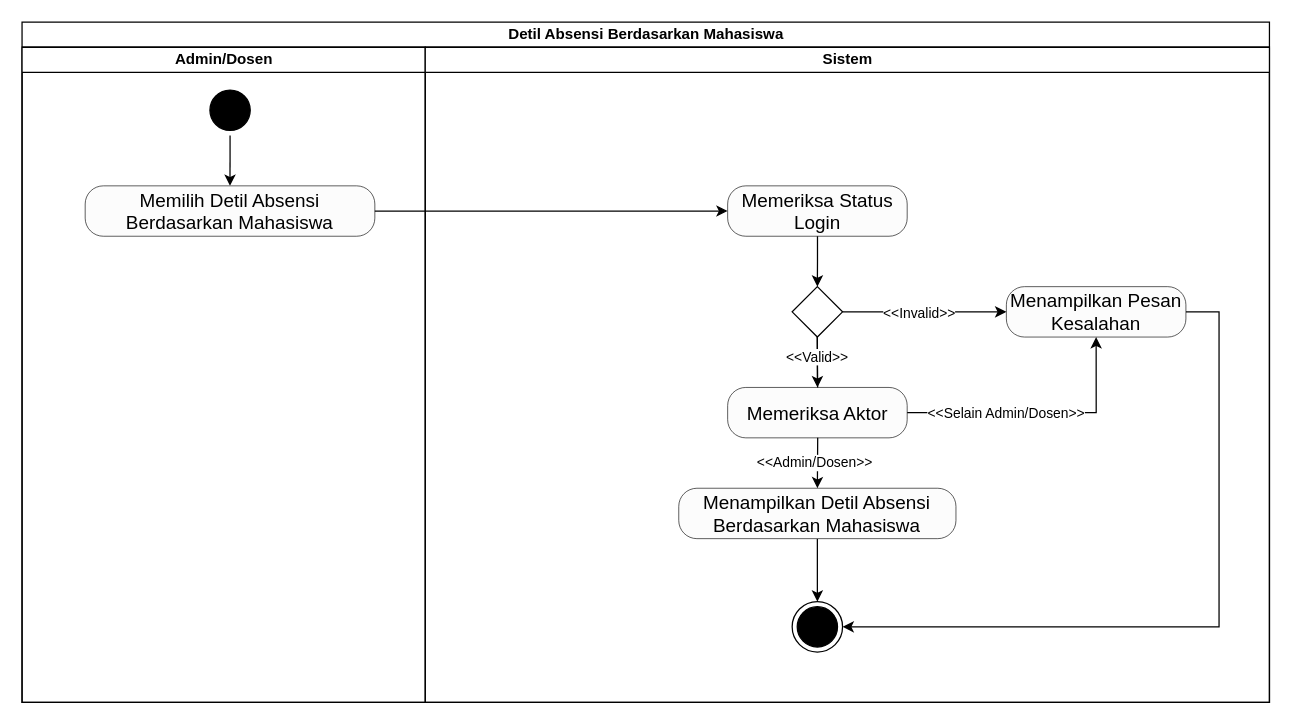
ziancarlos/sistem-absensi-uph keeps this draw.io diagram as page "Menampilkan Detil Mahasiswa Berdasarkan Mahasiswa" (3 of 6) of activity-diagram/mengelola-mahasiswa.drawio. Above is the earlier version. Source tidied: cells renumbered, new cells numbered last; positions are measured from the earlier drawing's top-left corner, leaving out a move shared by most shapes. Both pictures are drawn from the tidied source at 126%, with x=0, y=0 at pixel (21, 21).
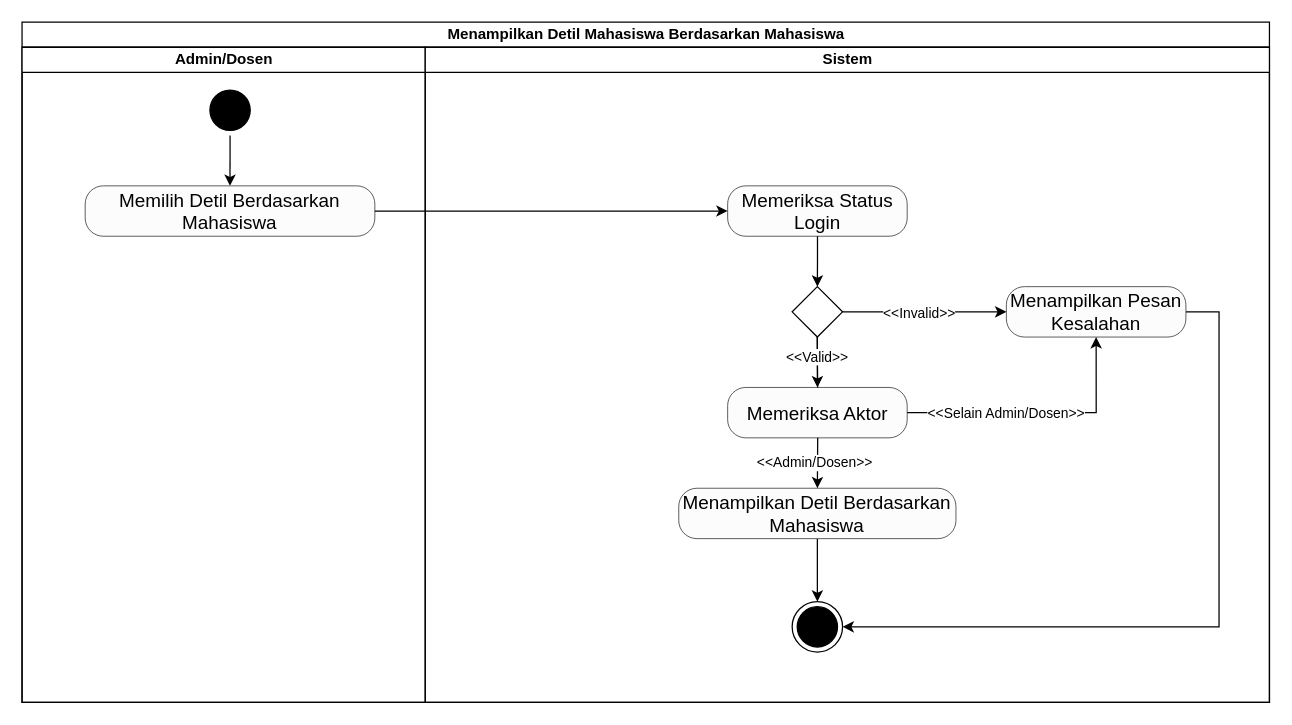
Above is the later version.

Unchanged cells that the change refers to:
```xml
<mxCell id="3" value="Admin/Dosen" style="swimlane;startSize=20;html=1;" parent="2" vertex="1">
  <mxGeometry y="20" width="320" height="520" as="geometry" />
</mxCell>
<mxCell id="8" value="Sistem" style="swimlane;startSize=20;html=1;" parent="2" vertex="1">
  <mxGeometry x="320" y="20" width="670" height="520" as="geometry" />
</mxCell>
```

Diff of the diagram source:
```diff
@@
-    <mxCell id="2" value="Detil Absensi Berdasarkan Mahasiswa" style="swimlane;startSize=20;html=1;" parent="1" vertex="1">
+    <mxCell id="2" value="Menampilkan Detil Mahasiswa Berdasarkan Mahasiswa" style="swimlane;startSize=20;html=1;" parent="1" vertex="1">
       <mxGeometry width="990" height="540" as="geometry" />
     </mxCell>
@@
-    <mxCell id="6" value="Memilih Detil Absensi Berdasarkan Mahasiswa" style="rounded=1;whiteSpace=wrap;html=1;fillColor=#FCFCFC;arcSize=36;strokeWidth=0.5;fontSize=15;" parent="3" vertex="1">
+    <mxCell id="6" value="Memilih Detil Berdasarkan Mahasiswa" style="rounded=1;whiteSpace=wrap;html=1;fillColor=#FCFCFC;arcSize=36;strokeWidth=0.5;fontSize=15;" parent="3" vertex="1">
       <mxGeometry x="50.1" y="110" width="229.9" height="40" as="geometry" />
     </mxCell>
@@
-    <mxCell id="13" value="Menampilkan Detil Absensi Berdasarkan Mahasiswa" style="rounded=1;whiteSpace=wrap;html=1;fillColor=#FCFCFC;arcSize=36;strokeWidth=0.5;fontSize=15;" parent="8" vertex="1">
+    <mxCell id="13" value="Menampilkan Detil Berdasarkan Mahasiswa" style="rounded=1;whiteSpace=wrap;html=1;fillColor=#FCFCFC;arcSize=36;strokeWidth=0.5;fontSize=15;" parent="8" vertex="1">
       <mxGeometry x="201.2" y="350" width="220" height="40" as="geometry" />
     </mxCell>
```
